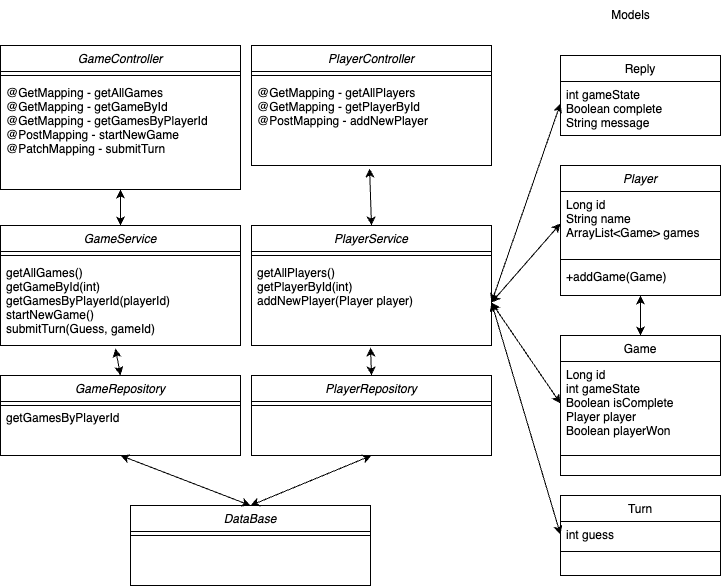
Above: TwentyOne.drawio.png in thibyaa/Backend_TwentyOne_API (draw.io), before the change. Source tidied: cells renumbered, new cells last; positions are measured from the earlier drawing's top-left corner, leaving out a move shared by most shapes.
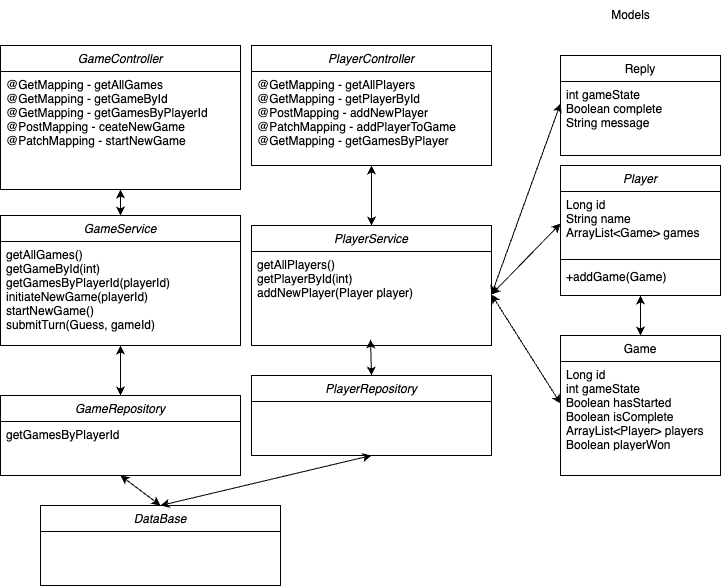
The same file after the commit.

Commit message:
updates UML digram

Change to the diagram source:
```diff
@@ -14,17 +14,8 @@
     <mxCell id="5" value="+addGame(Game)" style="text;align=left;verticalAlign=top;spacingLeft=4;spacingRight=4;overflow=hidden;" parent="2" vertex="1">
       <mxGeometry y="98" width="160" height="24" as="geometry" />
     </mxCell>
-    <mxCell id="6" value="Turn" style="swimlane;fontStyle=0;align=center;verticalAlign=top;horizontal=1;startSize=26;rounded=0;shadow=0;strokeWidth=1;" parent="1" vertex="1">
-      <mxGeometry x="560" y="495" width="160" height="80" as="geometry" />
-    </mxCell>
-    <mxCell id="7" value="int guess" style="text;align=left;verticalAlign=top;spacingLeft=4;spacingRight=4;overflow=hidden;points=[[0,0.5],[1,0.5]];portConstraint=eastwest;" parent="6" vertex="1">
-      <mxGeometry y="26" width="160" height="26" as="geometry" />
-    </mxCell>
-    <mxCell id="8" style="line;html=1;strokeWidth=1;align=left;verticalAlign=middle;spacingTop=-1;spacingLeft=3;spacingRight=3;labelPosition=right;" parent="6" vertex="1">
-      <mxGeometry y="52" width="160" height="8" as="geometry" />
-    </mxCell>
     <mxCell id="9" value="Reply" style="swimlane;fontStyle=0;align=center;verticalAlign=top;horizontal=1;startSize=26;rounded=0;shadow=0;strokeWidth=1;" parent="1" vertex="1">
-      <mxGeometry x="560" y="55" width="160" height="80" as="geometry" />
+      <mxGeometry x="560" y="55" width="160" height="100" as="geometry" />
     </mxCell>
     <mxCell id="10" value="int gameState&#10;Boolean complete&#10;String message&#10;" style="text;align=left;verticalAlign=top;spacingLeft=4;spacingRight=4;overflow=hidden;points=[[0,0.5],[1,0.5]];portConstraint=eastwest;" parent="9" vertex="1">
       <mxGeometry y="26" width="160" height="44" as="geometry" />
@@ -32,83 +23,61 @@
     <mxCell id="11" value="Game" style="swimlane;fontStyle=0;align=center;verticalAlign=top;horizontal=1;startSize=26;rounded=0;shadow=0;strokeWidth=1;" parent="1" vertex="1">
       <mxGeometry x="560" y="335" width="160" height="140" as="geometry" />
     </mxCell>
-    <mxCell id="12" value="Long id&#10;int gameState&#10;Boolean isComplete&#10;Player player&#10;Boolean playerWon" style="text;align=left;verticalAlign=top;spacingLeft=4;spacingRight=4;overflow=hidden;points=[[0,0.5],[1,0.5]];portConstraint=eastwest;" parent="11" vertex="1">
+    <mxCell id="12" value="Long id&#10;int gameState&#10;Boolean hasStarted&#10;Boolean isComplete&#10;ArrayList&lt;Player&gt; players&#10;Boolean playerWon" style="text;align=left;verticalAlign=top;spacingLeft=4;spacingRight=4;overflow=hidden;points=[[0,0.5],[1,0.5]];portConstraint=eastwest;" parent="11" vertex="1">
       <mxGeometry y="26" width="160" height="84" as="geometry" />
     </mxCell>
-    <mxCell id="13" style="line;html=1;strokeWidth=1;align=left;verticalAlign=middle;spacingTop=-1;spacingLeft=3;spacingRight=3;labelPosition=right;" parent="11" vertex="1">
-      <mxGeometry y="110" width="160" height="20" as="geometry" />
-    </mxCell>
     <mxCell id="14" value="GameController" style="swimlane;fontStyle=2;align=center;verticalAlign=top;horizontal=1;startSize=26;rounded=0;shadow=0;strokeWidth=1;" parent="1" vertex="1">
       <mxGeometry y="45" width="240" height="144" as="geometry" />
     </mxCell>
-    <mxCell id="15" style="line;html=1;strokeWidth=1;align=left;verticalAlign=middle;spacingTop=-1;spacingLeft=3;spacingRight=3;labelPosition=right;" parent="14" vertex="1">
-      <mxGeometry y="26" width="240" height="8" as="geometry" />
-    </mxCell>
-    <mxCell id="16" value="@GetMapping - getAllGames&#10;@GetMapping - getGameById&#10;@GetMapping - getGamesByPlayerId&#10;@PostMapping - startNewGame&#10;@PatchMapping - submitTurn" style="text;align=left;verticalAlign=top;spacingLeft=4;spacingRight=4;overflow=hidden;" parent="14" vertex="1">
-      <mxGeometry y="34" width="240" height="86" as="geometry" />
+    <mxCell id="16" value="@GetMapping - getAllGames&#10;@GetMapping - getGameById&#10;@GetMapping - getGamesByPlayerId&#10;@PostMapping - ceateNewGame&#10;@PatchMapping - startNewGame" style="text;align=left;verticalAlign=top;spacingLeft=4;spacingRight=4;overflow=hidden;" parent="14" vertex="1">
+      <mxGeometry y="26" width="240" height="96" as="geometry" />
     </mxCell>
     <mxCell id="17" value="PlayerController" style="swimlane;fontStyle=2;align=center;verticalAlign=top;horizontal=1;startSize=26;rounded=0;shadow=0;strokeWidth=1;" parent="1" vertex="1">
       <mxGeometry x="251" y="45" width="240" height="120" as="geometry" />
     </mxCell>
-    <mxCell id="18" style="line;html=1;strokeWidth=1;align=left;verticalAlign=middle;spacingTop=-1;spacingLeft=3;spacingRight=3;labelPosition=right;" parent="17" vertex="1">
-      <mxGeometry y="26" width="240" height="8" as="geometry" />
-    </mxCell>
-    <mxCell id="19" value="@GetMapping - getAllPlayers&#10;@GetMapping - getPlayerById&#10;@PostMapping - addNewPlayer" style="text;align=left;verticalAlign=top;spacingLeft=4;spacingRight=4;overflow=hidden;points=[[0,0.5],[1,0.5]];portConstraint=eastwest;" parent="17" vertex="1">
-      <mxGeometry y="34" width="240" height="86" as="geometry" />
+    <mxCell id="19" value="@GetMapping - getAllPlayers&#10;@GetMapping - getPlayerById&#10;@PostMapping - addNewPlayer&#10;@PatchMapping - addPlayerToGame&#10;@GetMapping - getGamesByPlayer" style="text;align=left;verticalAlign=top;spacingLeft=4;spacingRight=4;overflow=hidden;points=[[0,0.5],[1,0.5]];portConstraint=eastwest;" parent="17" vertex="1">
+      <mxGeometry y="26" width="240" height="86" as="geometry" />
     </mxCell>
     <mxCell id="20" value="GameService" style="swimlane;fontStyle=2;align=center;verticalAlign=top;horizontal=1;startSize=26;rounded=0;shadow=0;strokeWidth=1;" parent="1" vertex="1">
-      <mxGeometry y="225" width="240" height="120" as="geometry" />
+      <mxGeometry y="215" width="240" height="130" as="geometry" />
     </mxCell>
-    <mxCell id="21" style="line;html=1;strokeWidth=1;align=left;verticalAlign=middle;spacingTop=-1;spacingLeft=3;spacingRight=3;labelPosition=right;" parent="20" vertex="1">
-      <mxGeometry y="26" width="240" height="8" as="geometry" />
-    </mxCell>
-    <mxCell id="22" value="getAllGames()&#10;getGameById(int)&#10;getGamesByPlayerId(playerId) &#10;startNewGame()&#10;submitTurn(Guess, gameId)" style="text;align=left;verticalAlign=top;spacingLeft=4;spacingRight=4;overflow=hidden;points=[[0,0.5],[1,0.5]];portConstraint=eastwest;" parent="20" vertex="1">
-      <mxGeometry y="34" width="240" height="86" as="geometry" />
+    <mxCell id="22" value="getAllGames()&#10;getGameById(int)&#10;getGamesByPlayerId(playerId) &#10;initiateNewGame(playerId)&#10;startNewGame()&#10;submitTurn(Guess, gameId)" style="text;align=left;verticalAlign=top;spacingLeft=4;spacingRight=4;overflow=hidden;points=[[0,0.5],[1,0.5]];portConstraint=eastwest;" parent="20" vertex="1">
+      <mxGeometry y="26" width="240" height="96" as="geometry" />
     </mxCell>
     <mxCell id="23" value="PlayerService" style="swimlane;fontStyle=2;align=center;verticalAlign=top;horizontal=1;startSize=26;rounded=0;shadow=0;strokeWidth=1;" parent="1" vertex="1">
       <mxGeometry x="251" y="225" width="240" height="120" as="geometry" />
     </mxCell>
-    <mxCell id="24" style="line;html=1;strokeWidth=1;align=left;verticalAlign=middle;spacingTop=-1;spacingLeft=3;spacingRight=3;labelPosition=right;" parent="23" vertex="1">
-      <mxGeometry y="26" width="240" height="8" as="geometry" />
-    </mxCell>
     <mxCell id="25" value="getAllPlayers()&#10;getPlayerById(int)&#10;addNewPlayer(Player player)" style="text;align=left;verticalAlign=top;spacingLeft=4;spacingRight=4;overflow=hidden;points=[[0,0.5],[1,0.5]];portConstraint=eastwest;" parent="23" vertex="1">
-      <mxGeometry y="34" width="240" height="86" as="geometry" />
+      <mxGeometry y="26" width="240" height="86" as="geometry" />
     </mxCell>
     <mxCell id="26" value="GameRepository" style="swimlane;fontStyle=2;align=center;verticalAlign=top;horizontal=1;startSize=26;rounded=0;shadow=0;strokeWidth=1;" parent="1" vertex="1">
-      <mxGeometry y="375" width="240" height="80" as="geometry" />
+      <mxGeometry y="395" width="240" height="80" as="geometry" />
     </mxCell>
-    <mxCell id="27" style="line;html=1;strokeWidth=1;align=left;verticalAlign=middle;spacingTop=-1;spacingLeft=3;spacingRight=3;labelPosition=right;" parent="26" vertex="1">
-      <mxGeometry y="26" width="240" height="8" as="geometry" />
-    </mxCell>
+    <mxCell id="30" value="getGamesByPlayerId" style="text;align=left;verticalAlign=top;spacingLeft=4;spacingRight=4;overflow=hidden;" parent="26" vertex="1">
+      <mxGeometry y="26" width="240" height="31" as="geometry" />
+    </mxCell>
     <mxCell id="28" value="PlayerRepository" style="swimlane;fontStyle=2;align=center;verticalAlign=top;horizontal=1;startSize=26;rounded=0;shadow=0;strokeWidth=1;" parent="1" vertex="1">
       <mxGeometry x="251" y="375" width="240" height="80" as="geometry" />
     </mxCell>
-    <mxCell id="29" style="line;html=1;strokeWidth=1;align=left;verticalAlign=middle;spacingTop=-1;spacingLeft=3;spacingRight=3;labelPosition=right;" parent="28" vertex="1">
-      <mxGeometry y="26" width="240" height="8" as="geometry" />
-    </mxCell>
-    <mxCell id="30" value="getGamesByPlayerId" style="text;align=left;verticalAlign=top;spacingLeft=4;spacingRight=4;overflow=hidden;" parent="1" vertex="1">
-      <mxGeometry y="404" width="240" height="31" as="geometry" />
-    </mxCell>
     <mxCell id="31" value="DataBase" style="swimlane;fontStyle=2;align=center;verticalAlign=top;horizontal=1;startSize=26;rounded=0;shadow=0;strokeWidth=1;" parent="1" vertex="1">
-      <mxGeometry x="130" y="505" width="240" height="80" as="geometry" />
+      <mxGeometry x="40" y="505" width="240" height="80" as="geometry" />
     </mxCell>
-    <mxCell id="32" style="line;html=1;strokeWidth=1;align=left;verticalAlign=middle;spacingTop=-1;spacingLeft=3;spacingRight=3;labelPosition=right;" parent="31" vertex="1">
-      <mxGeometry y="26" width="240" height="8" as="geometry" />
-    </mxCell>
     <mxCell id="33" value="Models" style="text;html=1;align=center;verticalAlign=middle;strokeColor=none;fillColor=none;" parent="1" vertex="1">
       <mxGeometry x="600" width="60" height="30" as="geometry" />
     </mxCell>
     <mxCell id="34" style="endArrow=classic;startArrow=classic;html=1;rounded=0;exitX=0.5;exitY=0;exitDx=0;exitDy=0;entryX=0.496;entryY=1.023;entryDx=0;entryDy=0;entryPerimeter=0;" parent="1" edge="1" source="28" target="25">
       <mxGeometry relative="1" as="geometry" />
     </mxCell>
-    <mxCell id="35" style="endArrow=classic;startArrow=classic;html=1;rounded=0;entryX=0.492;entryY=1.035;entryDx=0;entryDy=0;entryPerimeter=0;exitX=0.5;exitY=0;exitDx=0;exitDy=0;" parent="1" edge="1" source="23" target="19">
+    <mxCell id="35" style="endArrow=classic;startArrow=classic;html=1;rounded=0;exitX=0.5;exitY=0;exitDx=0;exitDy=0;entryX=0.5;entryY=1;entryDx=0;entryDy=0;" parent="1" edge="1" source="23" target="17">
       <mxGeometry relative="1" as="geometry" />
     </mxCell>
     <mxCell id="36" style="endArrow=classic;startArrow=classic;html=1;rounded=0;exitX=0.5;exitY=1;exitDx=0;exitDy=0;" parent="1" edge="1" source="14" target="20">
       <mxGeometry relative="1" as="geometry" />
     </mxCell>
-    <mxCell id="37" style="endArrow=classic;startArrow=classic;html=1;rounded=0;exitX=0.479;exitY=1.035;exitDx=0;exitDy=0;exitPerimeter=0;entryX=0.5;entryY=0;entryDx=0;entryDy=0;" parent="1" edge="1" source="22" target="26">
-      <mxGeometry relative="1" as="geometry" />
+    <mxCell id="37" style="endArrow=classic;startArrow=classic;html=1;rounded=0;entryX=0.5;entryY=0;entryDx=0;entryDy=0;" parent="1" edge="1" target="26">
+      <mxGeometry relative="1" as="geometry">
+        <mxPoint x="120" y="345" as="sourcePoint" />
+      </mxGeometry>
     </mxCell>
     <mxCell id="38" style="endArrow=classic;startArrow=classic;html=1;rounded=0;exitX=0.5;exitY=1;exitDx=0;exitDy=0;entryX=0.5;entryY=0;entryDx=0;entryDy=0;" parent="1" edge="1" source="28" target="31">
       <mxGeometry relative="1" as="geometry" />
@@ -125,9 +94,6 @@
     <mxCell id="42" style="endArrow=classic;startArrow=classic;html=1;rounded=0;entryX=0;entryY=0.5;entryDx=0;entryDy=0;exitX=1;exitY=0.5;exitDx=0;exitDy=0;" parent="1" edge="1" source="25" target="10">
       <mxGeometry relative="1" as="geometry" />
     </mxCell>
-    <mxCell id="43" style="endArrow=classic;startArrow=classic;html=1;rounded=0;entryX=0;entryY=0.5;entryDx=0;entryDy=0;exitX=1;exitY=0.5;exitDx=0;exitDy=0;" parent="1" edge="1" source="25" target="7">
-      <mxGeometry relative="1" as="geometry" />
-    </mxCell>
     <mxCell id="44" style="endArrow=classic;startArrow=classic;html=1;rounded=0;entryX=0.5;entryY=0;entryDx=0;entryDy=0;exitX=0.5;exitY=1;exitDx=0;exitDy=0;" parent="1" edge="1" source="2" target="11">
       <mxGeometry relative="1" as="geometry" />
     </mxCell>
```
